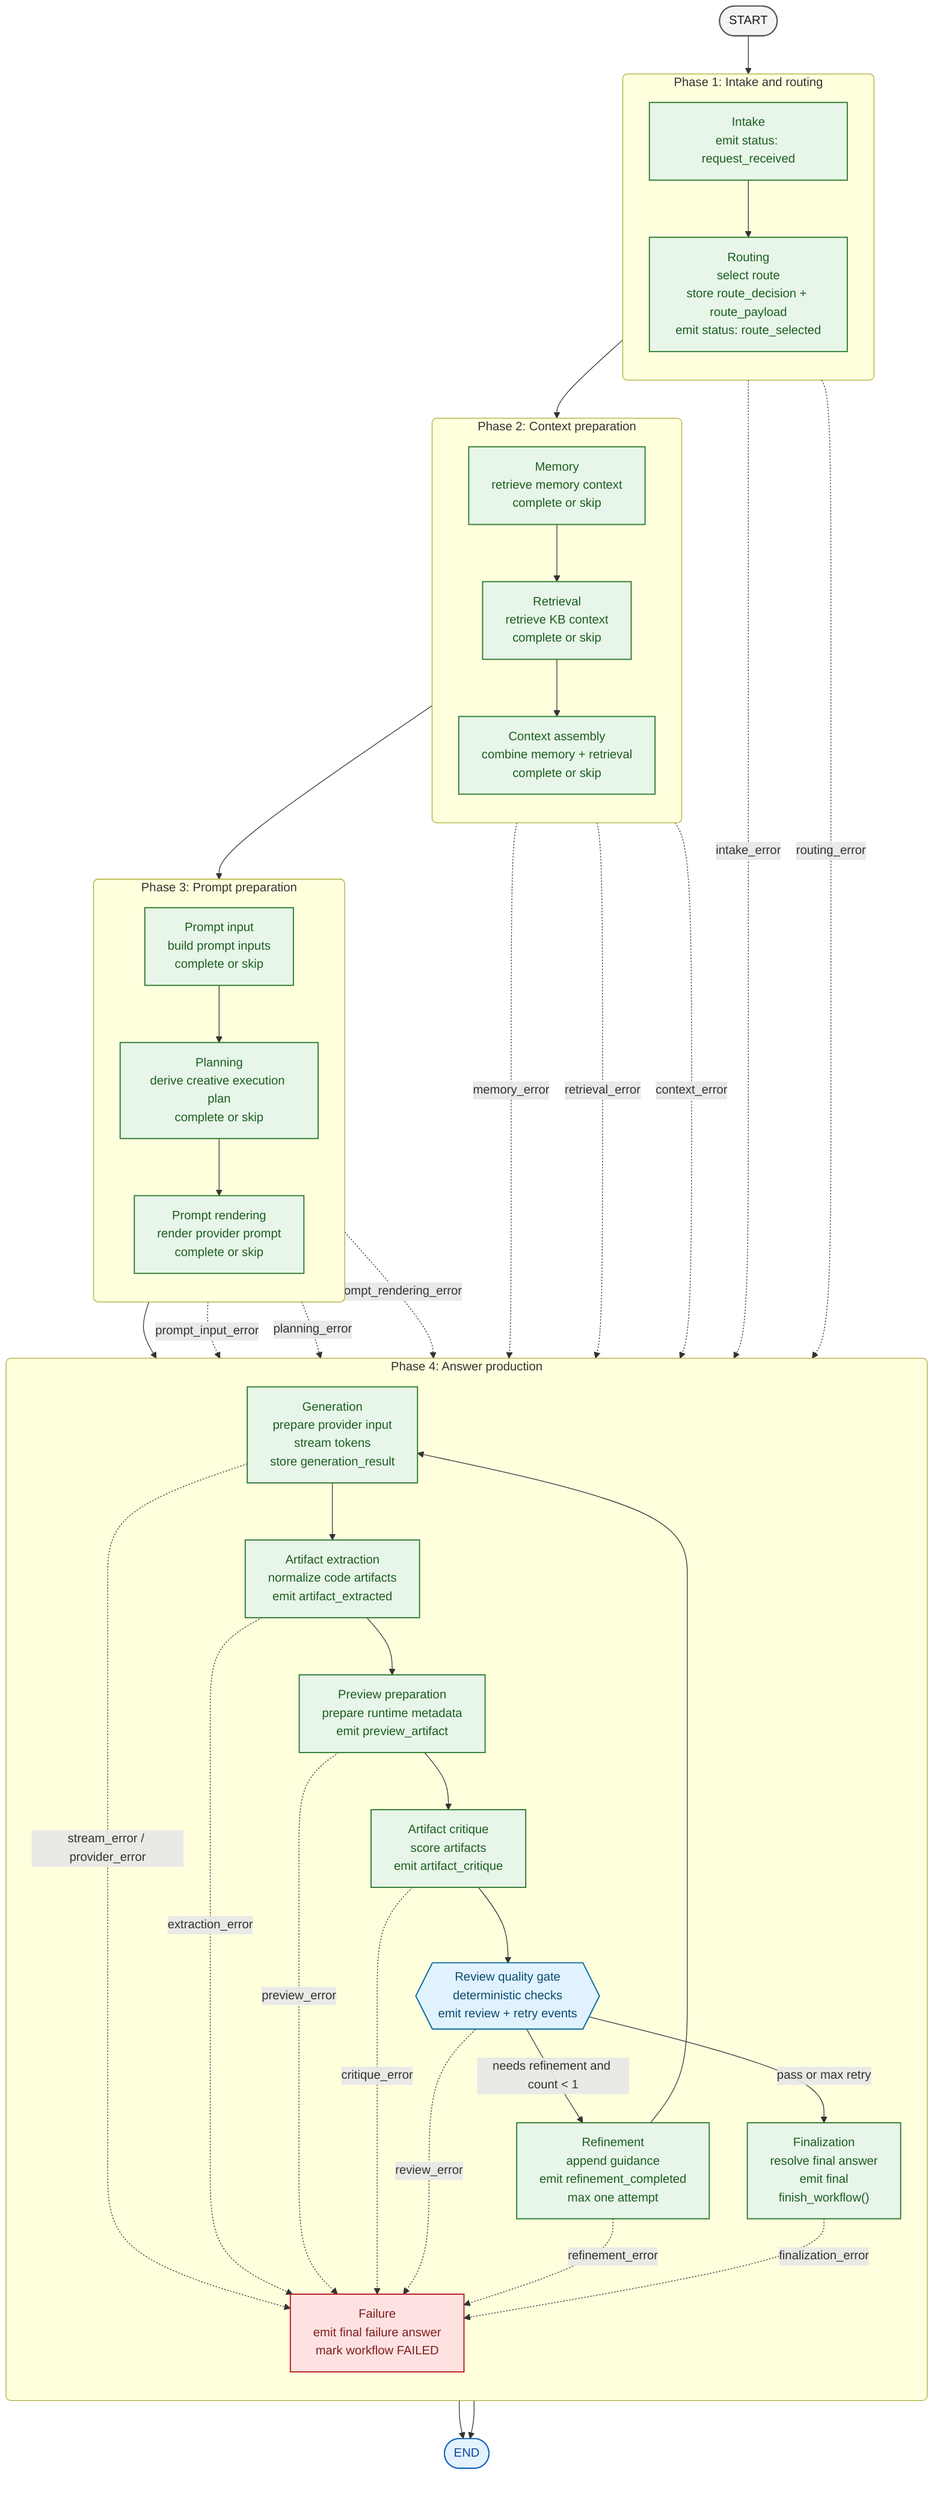
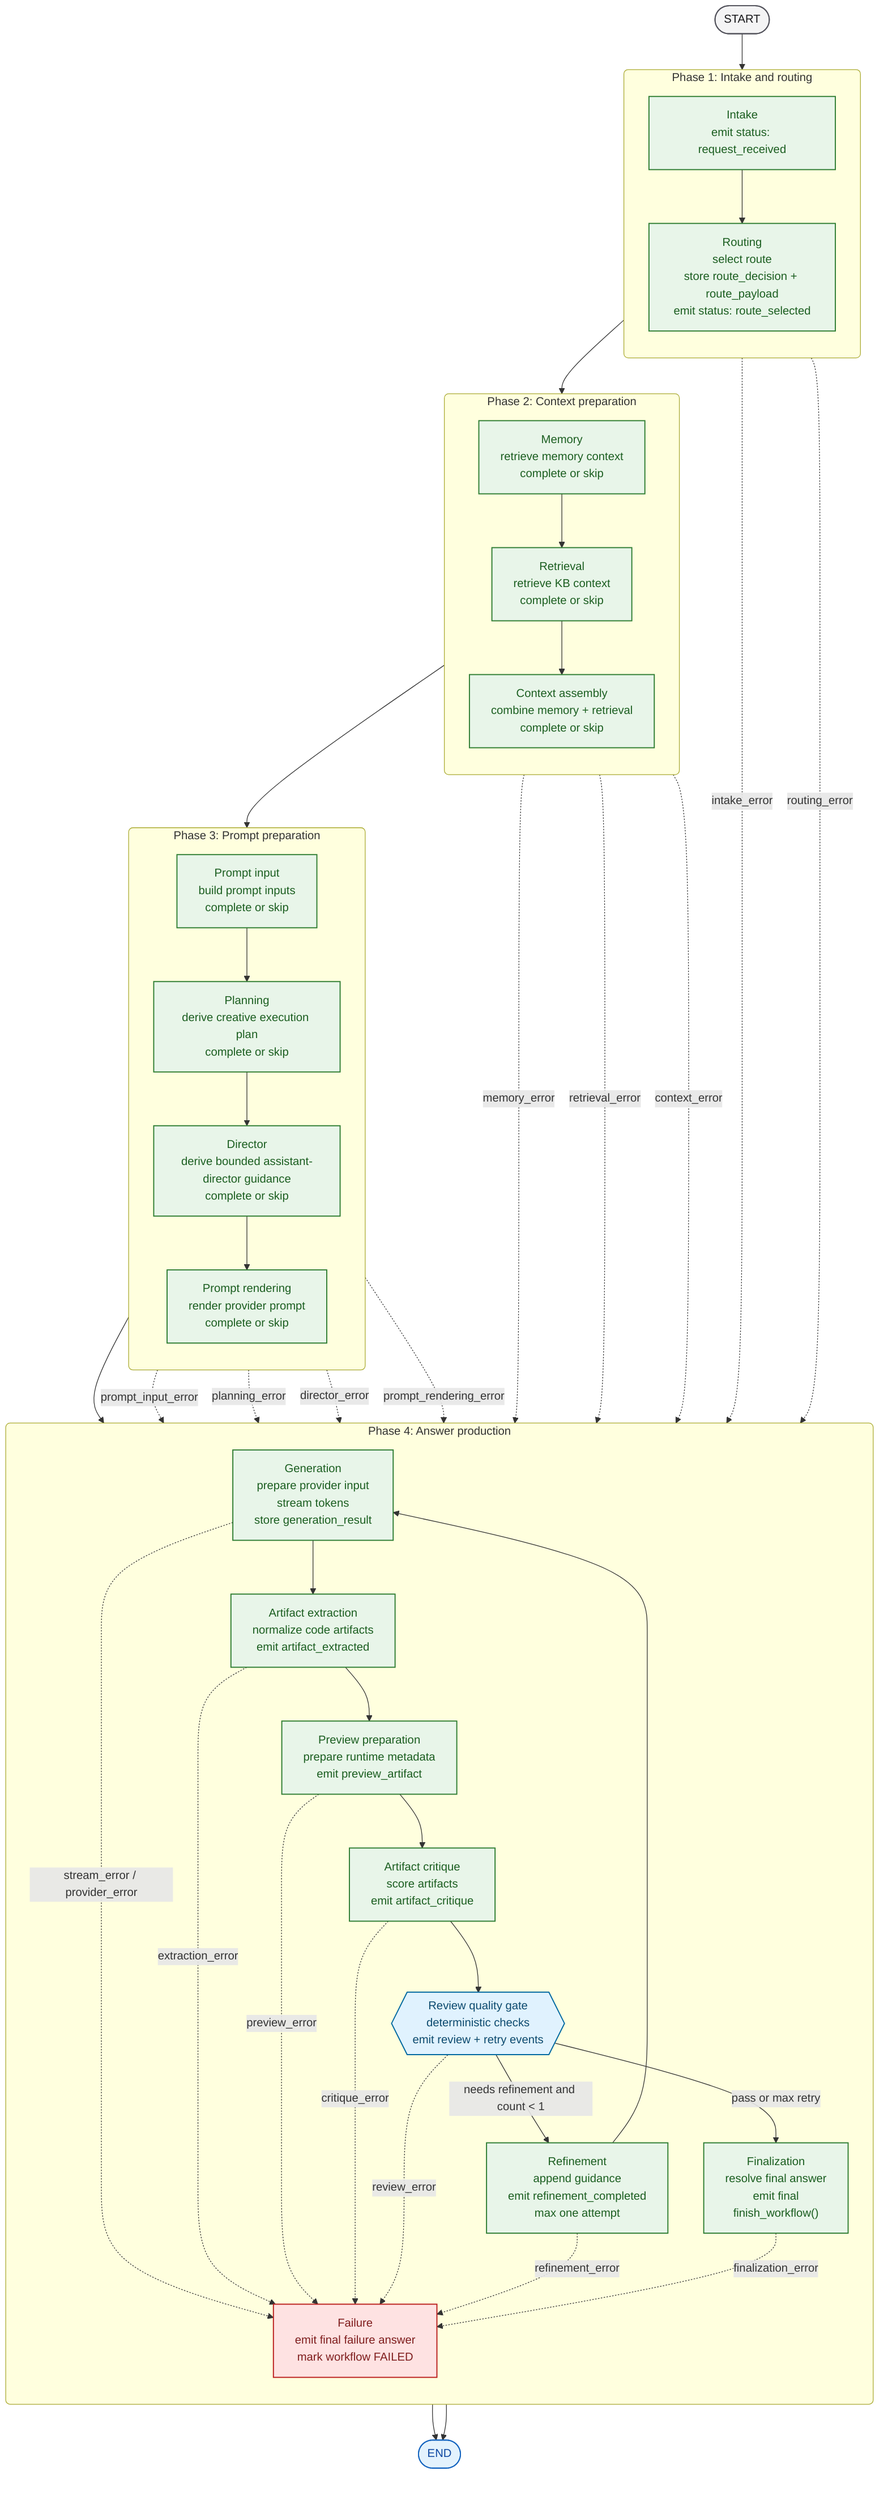
flowchart TB
    classDef boundary fill:#F4F4F5,stroke:#52525B,color:#18181B,stroke-width:1.5px;
    classDef implemented fill:#E8F5E9,stroke:#2E7D32,color:#1B5E20,stroke-width:1.5px;
    classDef gate fill:#E0F2FE,stroke:#0369A1,color:#0C4A6E,stroke-width:1.5px;
    classDef failure fill:#FEE2E2,stroke:#B91C1C,color:#7F1D1D,stroke-width:1.5px;
    classDef terminal fill:#E3F2FD,stroke:#1565C0,color:#0D47A1,stroke-width:1.5px;

    start([START])
    finish([END])

    subgraph phase_1["Phase 1: Intake and routing"]
        direction TB
        intake["Intake<br/>emit status: request_received"]
        routing["Routing<br/>select route<br/>store route_decision + route_payload<br/>emit status: route_selected"]
    end

    subgraph phase_2["Phase 2: Context preparation"]
        direction TB
        memory["Memory<br/>retrieve memory context<br/>complete or skip"]
        retrieval["Retrieval<br/>retrieve KB context<br/>complete or skip"]
        context_assembly["Context assembly<br/>combine memory + retrieval<br/>complete or skip"]
    end

    subgraph phase_3["Phase 3: Prompt preparation"]
        direction TB
        prompt_input["Prompt input<br/>build prompt inputs<br/>complete or skip"]
        planning["Planning<br/>derive creative execution plan<br/>complete or skip"]
+         director["Director<br/>derive bounded assistant-director guidance<br/>complete or skip"]
        prompt_rendering["Prompt rendering<br/>render provider prompt<br/>complete or skip"]
    end

    subgraph phase_4["Phase 4: Answer production"]
        direction TB
        generation["Generation<br/>prepare provider input<br/>stream tokens<br/>store generation_result"]
        artifact_extraction["Artifact extraction<br/>normalize code artifacts<br/>emit artifact_extracted"]
        preview_preparation["Preview preparation<br/>prepare runtime metadata<br/>emit preview_artifact"]
        artifact_critique["Artifact critique<br/>score artifacts<br/>emit artifact_critique"]
        review{{"Review quality gate<br/>deterministic checks<br/>emit review + retry events"}}
        refinement["Refinement<br/>append guidance<br/>emit refinement_completed<br/>max one attempt"]
        finalization["Finalization<br/>resolve final answer<br/>emit final<br/>finish_workflow()"]
        failure["Failure<br/>emit final failure answer<br/>mark workflow FAILED"]
    end

-     start --> intake --> routing --> memory --> retrieval --> context_assembly --> prompt_input --> planning --> prompt_rendering --> generation --> artifact_extraction --> preview_preparation --> artifact_critique --> review
+     start --> intake --> routing --> memory --> retrieval --> context_assembly --> prompt_input --> planning --> director --> prompt_rendering --> generation --> artifact_extraction --> preview_preparation --> artifact_critique --> review
    review -->|"pass or max retry"| finalization --> finish
    review -->|"needs refinement and count < 1"| refinement --> generation
    intake -. intake_error .-> failure
    routing -. routing_error .-> failure
    memory -. memory_error .-> failure
    retrieval -. retrieval_error .-> failure
    context_assembly -. context_error .-> failure
    prompt_input -. prompt_input_error .-> failure
    planning -. planning_error .-> failure
+     director -. director_error .-> failure
    prompt_rendering -. prompt_rendering_error .-> failure
    generation -. stream_error / provider_error .-> failure
    artifact_extraction -. extraction_error .-> failure
    preview_preparation -. preview_error .-> failure
    artifact_critique -. critique_error .-> failure
    review -. review_error .-> failure
    refinement -. refinement_error .-> failure
    finalization -. finalization_error .-> failure
    failure --> finish

    class start boundary
    class finish terminal
-     class intake,routing,memory,retrieval,context_assembly,prompt_input,planning,prompt_rendering,generation,artifact_extraction,preview_preparation,artifact_critique,refinement,finalization implemented
+     class intake,routing,memory,retrieval,context_assembly,prompt_input,planning,director,prompt_rendering,generation,artifact_extraction,preview_preparation,artifact_critique,refinement,finalization implemented
    class review gate
    class failure failure
    style phase_1 rx:6px,ry:6px
    style phase_2 rx:6px,ry:6px
    style phase_3 rx:6px,ry:6px
    style phase_4 rx:6px,ry:6px
